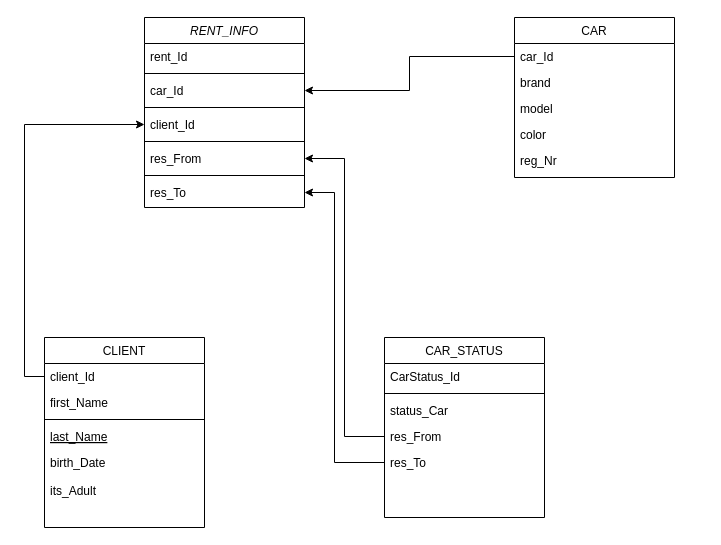
This is Untitled Diagram.drawio from darkhir/project_room_8, a draw.io file, before an edit. Source tidied: cells renumbered, new cells numbered last; positions are measured from the earlier drawing's top-left corner, leaving out a move shared by most shapes. Both pictures are drawn from the tidied source at 100%, with x=0, y=0 at pixel (24, 17).
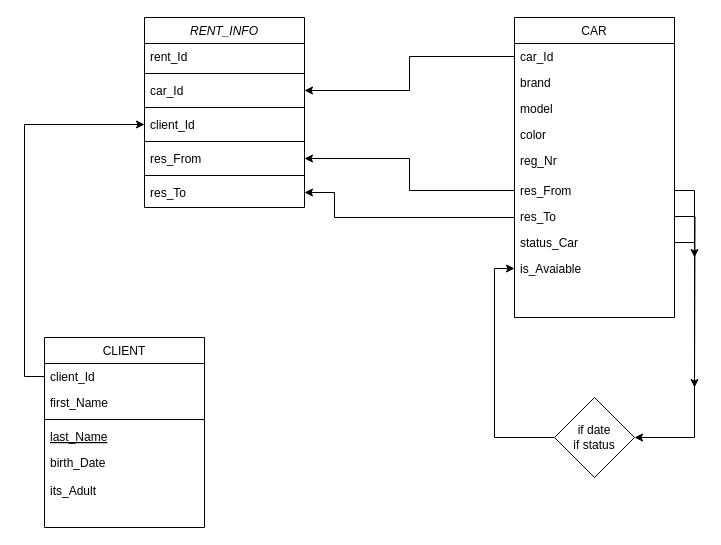
The same page after the edit.

The change refers to these unchanged cells:
```xml
<mxCell id="11" value="res_To" style="text;align=left;verticalAlign=top;spacingLeft=4;spacingRight=4;overflow=hidden;points=[[0,0.5],[1,0.5]];portConstraint=eastwest;" parent="2" vertex="1">
  <mxGeometry y="162" width="160" height="26" as="geometry" />
</mxCell>
```

The edit, as a diff of the source:
```diff
@@
-    <mxCell id="19" value="CAR_STATUS" style="swimlane;fontStyle=0;align=center;verticalAlign=top;horizontal=1;startSize=26;rounded=0;shadow=0;strokeWidth=1;" parent="1" vertex="1">
-      <mxGeometry x="360" y="320" width="160" height="180" as="geometry" />
-    </mxCell>
-    <mxCell id="20" value="CarStatus_Id" style="text;align=left;verticalAlign=top;spacingLeft=4;spacingRight=4;overflow=hidden;" parent="19" vertex="1">
-      <mxGeometry y="26" width="160" height="26" as="geometry" />
-    </mxCell>
-    <mxCell id="21" style="line;html=1;strokeWidth=1;align=left;verticalAlign=middle;spacingTop=-1;spacingLeft=3;spacingRight=3;labelPosition=right;" parent="19" vertex="1">
-      <mxGeometry y="52" width="160" height="8" as="geometry" />
-    </mxCell>
-    <mxCell id="22" value="status_Car" style="text;align=left;verticalAlign=top;spacingLeft=4;spacingRight=4;overflow=hidden;points=[[0,0.5],[1,0.5]];portConstraint=eastwest;" parent="19" vertex="1">
-      <mxGeometry y="60" width="160" height="26" as="geometry" />
-    </mxCell>
-    <mxCell id="23" value="res_From" style="text;align=left;verticalAlign=top;spacingLeft=4;spacingRight=4;overflow=hidden;points=[[0,0.5],[1,0.5]];portConstraint=eastwest;" parent="19" vertex="1">
-      <mxGeometry y="86" width="160" height="26" as="geometry" />
-    </mxCell>
-    <mxCell id="24" value="res_To" style="text;align=left;verticalAlign=top;spacingLeft=4;spacingRight=4;overflow=hidden;points=[[0,0.5],[1,0.5]];portConstraint=eastwest;" parent="19" vertex="1">
-      <mxGeometry y="112" width="160" height="26" as="geometry" />
-    </mxCell>
     <mxCell id="25" value="CAR" style="swimlane;fontStyle=0;align=center;verticalAlign=top;horizontal=1;startSize=26;rounded=0;shadow=0;strokeWidth=1;" parent="1" vertex="1">
-      <mxGeometry x="490" width="160" height="160" as="geometry" />
+      <mxGeometry x="490" width="160" height="300" as="geometry" />
     </mxCell>
@@
     <mxCell id="30" value="reg_Nr" style="text;align=left;verticalAlign=top;spacingLeft=4;spacingRight=4;overflow=hidden;rounded=0;shadow=0;html=0;" parent="25" vertex="1">
-      <mxGeometry y="130" width="160" height="26" as="geometry" />
+      <mxGeometry y="130" width="160" height="30" as="geometry" />
     </mxCell>
+    <mxCell id="23" value="res_From" style="text;align=left;verticalAlign=top;spacingLeft=4;spacingRight=4;overflow=hidden;points=[[0,0.5],[1,0.5]];portConstraint=eastwest;" parent="25" vertex="1">
+      <mxGeometry y="160" width="160" height="26" as="geometry" />
+    </mxCell>
+    <mxCell id="24" value="res_To" style="text;align=left;verticalAlign=top;spacingLeft=4;spacingRight=4;overflow=hidden;points=[[0,0.5],[1,0.5]];portConstraint=eastwest;" parent="25" vertex="1">
+      <mxGeometry y="186" width="160" height="26" as="geometry" />
+    </mxCell>
+    <mxCell id="22" value="status_Car" style="text;align=left;verticalAlign=top;spacingLeft=4;spacingRight=4;overflow=hidden;points=[[0,0.5],[1,0.5]];portConstraint=eastwest;" parent="25" vertex="1">
+      <mxGeometry y="212" width="160" height="26" as="geometry" />
+    </mxCell>
+    <mxCell id="35" value="is_Avaiable" style="text;align=left;verticalAlign=top;spacingLeft=4;spacingRight=4;overflow=hidden;points=[[0,0.5],[1,0.5]];portConstraint=eastwest;" parent="25" vertex="1">
+      <mxGeometry y="238" width="160" height="26" as="geometry" />
+    </mxCell>
@@
     <mxCell id="34" style="edgeStyle=orthogonalEdgeStyle;rounded=0;jettySize=auto;html=1;exitX=0;exitY=0.5;exitDx=0;exitDy=0;entryX=1;entryY=0.5;entryDx=0;entryDy=0;" parent="1" edge="1" source="24" target="11">
       <mxGeometry relative="1" as="geometry">
         <Array as="points">
-          <mxPoint x="310" y="445" />
+          <mxPoint x="490" y="200" />
+          <mxPoint x="310" y="200" />
           <mxPoint x="310" y="175" />
         </Array>
       </mxGeometry>
     </mxCell>
+    <mxCell id="36" style="edgeStyle=orthogonalEdgeStyle;rounded=0;jettySize=auto;html=1;entryX=1;entryY=0.5;entryDx=0;entryDy=0;" parent="1" edge="1" source="23" target="38">
+      <mxGeometry relative="1" as="geometry">
+        <Array as="points">
+          <mxPoint x="670" y="173" />
+          <mxPoint x="670" y="420" />
+        </Array>
+      </mxGeometry>
+    </mxCell>
+    <mxCell id="37" style="edgeStyle=orthogonalEdgeStyle;rounded=0;jettySize=auto;html=1;entryX=0;entryY=0.5;entryDx=0;entryDy=0;" parent="1" edge="1" source="38" target="35">
+      <mxGeometry relative="1" as="geometry">
+        <Array as="points">
+          <mxPoint x="470" y="420" />
+          <mxPoint x="470" y="251" />
+        </Array>
+      </mxGeometry>
+    </mxCell>
+    <mxCell id="38" value="if date&lt;br&gt;if status" style="rhombus;whiteSpace=wrap;html=1;" parent="1" vertex="1">
+      <mxGeometry x="530" y="380" width="80" height="80" as="geometry" />
+    </mxCell>
+    <mxCell id="39" style="edgeStyle=orthogonalEdgeStyle;rounded=0;jettySize=auto;html=1;" parent="1" edge="1" source="24">
+      <mxGeometry relative="1" as="geometry">
+        <mxPoint x="670" y="370" as="targetPoint" />
+      </mxGeometry>
+    </mxCell>
+    <mxCell id="40" style="edgeStyle=orthogonalEdgeStyle;rounded=0;jettySize=auto;html=1;" parent="1" edge="1" source="22">
+      <mxGeometry relative="1" as="geometry">
+        <mxPoint x="670" y="240" as="targetPoint" />
+      </mxGeometry>
+    </mxCell>
```
